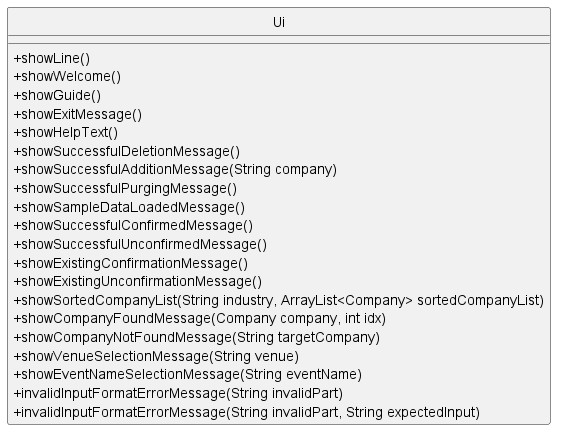
nus-cs2113-AY2223S2/tp keeps this PlantUML diagram as docs/UML/Image/Ui_class.png. Above is the earlier version.
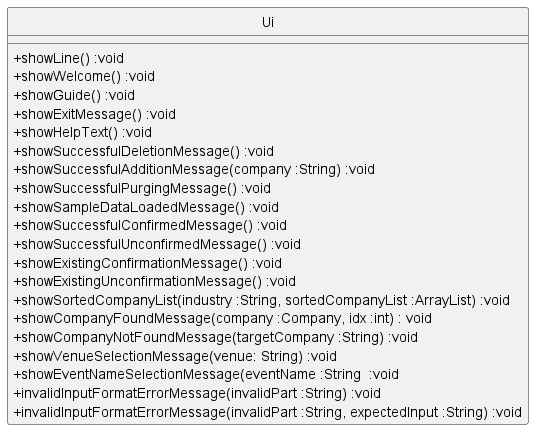
The same file after the commit.

Diff of the diagram source:
```diff
@@ -5,26 +5,26 @@
 
 
 class Ui {
-+showLine()
-+showWelcome()
-+showGuide()
-+showExitMessage()
-+showHelpText()
-+showSuccessfulDeletionMessage()
-+showSuccessfulAdditionMessage(String company)
-+showSuccessfulPurgingMessage()
-+showSampleDataLoadedMessage()
-+showSuccessfulConfirmedMessage()
-+showSuccessfulUnconfirmedMessage()
-+showExistingConfirmationMessage()
-+showExistingUnconfirmationMessage()
-+showSortedCompanyList(String industry, ArrayList<Company> sortedCompanyList)
-+showCompanyFoundMessage(Company company, int idx)
-+showCompanyNotFoundMessage(String targetCompany)
-+showVenueSelectionMessage(String venue)
-+showEventNameSelectionMessage(String eventName)
-+invalidInputFormatErrorMessage(String invalidPart)
-+invalidInputFormatErrorMessage(String invalidPart, String expectedInput)
++showLine() :void
++showWelcome() :void
++showGuide() :void
++showExitMessage() :void
++showHelpText() :void
++showSuccessfulDeletionMessage() :void
++showSuccessfulAdditionMessage(company :String) :void
++showSuccessfulPurgingMessage() :void
++showSampleDataLoadedMessage() :void
++showSuccessfulConfirmedMessage() :void
++showSuccessfulUnconfirmedMessage() :void
++showExistingConfirmationMessage() :void
++showExistingUnconfirmationMessage() :void
++showSortedCompanyList(industry :String, sortedCompanyList :ArrayList) :void
++showCompanyFoundMessage(company :Company, idx :int) : void
++showCompanyNotFoundMessage(targetCompany :String) :void
++showVenueSelectionMessage(venue: String) :void
++showEventNameSelectionMessage(eventName :String  :void
++invalidInputFormatErrorMessage(invalidPart :String) :void
++invalidInputFormatErrorMessage(invalidPart :String, expectedInput :String) :void
 }
 
 
```
